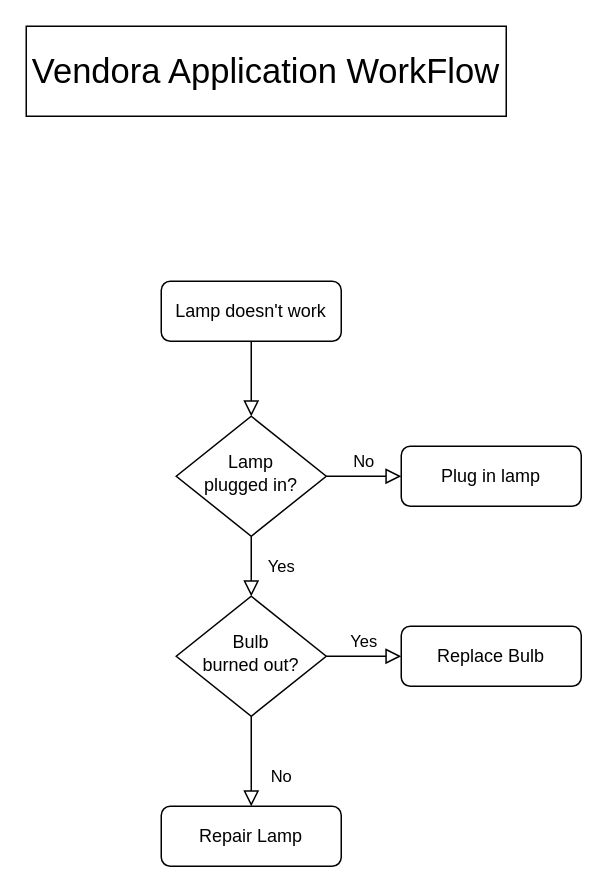
Above: Untitled Diagram.drawio in shivamshinde6164/Vendora (draw.io), before the change. Source tidied: cells renumbered, new cells numbered last; positions are measured from the earlier drawing's top-left corner, leaving out a move shared by most shapes. Both pictures are drawn from the tidied source at 150%, with x=0, y=0 at pixel (26, 26).
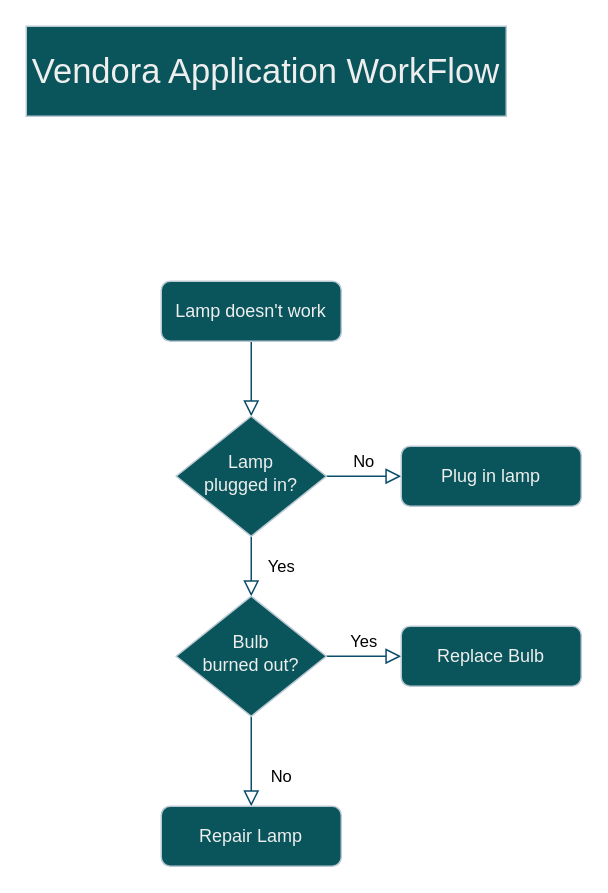
The same page after the edit.

The edit, as a diff of the source:
```diff
@@
 <mxGraphModel>
   <root>
     <mxCell id="0" />
     <mxCell id="1" parent="0" />
-    <mxCell id="2" style="rounded=0;html=1;jettySize=auto;fontSize=11;endArrow=block;endFill=0;endSize=8;strokeWidth=1;shadow=0;labelBackgroundColor=none;edgeStyle=orthogonalEdgeStyle;" parent="1" edge="1" source="3" target="6">
+    <mxCell id="2" style="rounded=0;html=1;jettySize=auto;fontSize=11;endArrow=block;endFill=0;endSize=8;strokeWidth=1;shadow=0;labelBackgroundColor=none;edgeStyle=orthogonalEdgeStyle;fontColor=default;strokeColor=#0B4D6A;" parent="1" edge="1" source="3" target="6">
       <mxGeometry relative="1" as="geometry" />
     </mxCell>
-    <mxCell id="3" value="Lamp doesn't work" style="rounded=1;whiteSpace=wrap;html=1;fontSize=12;glass=0;strokeWidth=1;shadow=0;" parent="1" vertex="1">
+    <mxCell id="3" value="Lamp doesn't work" style="rounded=1;whiteSpace=wrap;html=1;fontSize=12;glass=0;strokeWidth=1;shadow=0;labelBackgroundColor=none;fillColor=#09555B;strokeColor=#BAC8D3;fontColor=#EEEEEE;" parent="1" vertex="1">
       <mxGeometry x="90" y="170" width="120" height="40" as="geometry" />
     </mxCell>
-    <mxCell id="4" value="Yes" style="rounded=0;html=1;jettySize=auto;fontSize=11;endArrow=block;endFill=0;endSize=8;strokeWidth=1;shadow=0;labelBackgroundColor=none;edgeStyle=orthogonalEdgeStyle;" parent="1" edge="1" source="6" target="10">
+    <mxCell id="4" value="Yes" style="rounded=0;html=1;jettySize=auto;fontSize=11;endArrow=block;endFill=0;endSize=8;strokeWidth=1;shadow=0;labelBackgroundColor=none;edgeStyle=orthogonalEdgeStyle;fontColor=default;strokeColor=#0B4D6A;" parent="1" edge="1" source="6" target="10">
       <mxGeometry y="20" relative="1" as="geometry" />
     </mxCell>
-    <mxCell id="5" value="No" style="edgeStyle=orthogonalEdgeStyle;rounded=0;html=1;jettySize=auto;fontSize=11;endArrow=block;endFill=0;endSize=8;strokeWidth=1;shadow=0;labelBackgroundColor=none;" parent="1" edge="1" source="6" target="7">
+    <mxCell id="5" value="No" style="edgeStyle=orthogonalEdgeStyle;rounded=0;html=1;jettySize=auto;fontSize=11;endArrow=block;endFill=0;endSize=8;strokeWidth=1;shadow=0;labelBackgroundColor=none;fontColor=default;strokeColor=#0B4D6A;" parent="1" edge="1" source="6" target="7">
       <mxGeometry y="10" relative="1" as="geometry" />
     </mxCell>
-    <mxCell id="6" value="Lamp&lt;br&gt;plugged in?" style="rhombus;whiteSpace=wrap;html=1;shadow=0;fontFamily=Helvetica;fontSize=12;align=center;strokeWidth=1;spacing=6;spacingTop=-4;" parent="1" vertex="1">
+    <mxCell id="6" value="Lamp&lt;br&gt;plugged in?" style="rhombus;whiteSpace=wrap;html=1;shadow=0;fontFamily=Helvetica;fontSize=12;align=center;strokeWidth=1;spacing=6;spacingTop=-4;labelBackgroundColor=none;fillColor=#09555B;strokeColor=#BAC8D3;fontColor=#EEEEEE;" parent="1" vertex="1">
       <mxGeometry x="100" y="260" width="100" height="80" as="geometry" />
     </mxCell>
-    <mxCell id="7" value="Plug in lamp" style="rounded=1;whiteSpace=wrap;html=1;fontSize=12;glass=0;strokeWidth=1;shadow=0;" parent="1" vertex="1">
+    <mxCell id="7" value="Plug in lamp" style="rounded=1;whiteSpace=wrap;html=1;fontSize=12;glass=0;strokeWidth=1;shadow=0;labelBackgroundColor=none;fillColor=#09555B;strokeColor=#BAC8D3;fontColor=#EEEEEE;" parent="1" vertex="1">
       <mxGeometry x="250" y="280" width="120" height="40" as="geometry" />
     </mxCell>
-    <mxCell id="8" value="No" style="rounded=0;html=1;jettySize=auto;fontSize=11;endArrow=block;endFill=0;endSize=8;strokeWidth=1;shadow=0;labelBackgroundColor=none;edgeStyle=orthogonalEdgeStyle;" parent="1" edge="1" source="10" target="11">
+    <mxCell id="8" value="No" style="rounded=0;html=1;jettySize=auto;fontSize=11;endArrow=block;endFill=0;endSize=8;strokeWidth=1;shadow=0;labelBackgroundColor=none;edgeStyle=orthogonalEdgeStyle;fontColor=default;strokeColor=#0B4D6A;" parent="1" edge="1" source="10" target="11">
       <mxGeometry x="0.33" y="20" relative="1" as="geometry" />
     </mxCell>
-    <mxCell id="9" value="Yes" style="edgeStyle=orthogonalEdgeStyle;rounded=0;html=1;jettySize=auto;fontSize=11;endArrow=block;endFill=0;endSize=8;strokeWidth=1;shadow=0;labelBackgroundColor=none;" parent="1" edge="1" source="10" target="12">
+    <mxCell id="9" value="Yes" style="edgeStyle=orthogonalEdgeStyle;rounded=0;html=1;jettySize=auto;fontSize=11;endArrow=block;endFill=0;endSize=8;strokeWidth=1;shadow=0;labelBackgroundColor=none;fontColor=default;strokeColor=#0B4D6A;" parent="1" edge="1" source="10" target="12">
       <mxGeometry y="10" relative="1" as="geometry" />
     </mxCell>
-    <mxCell id="10" value="Bulb&lt;br&gt;burned out?" style="rhombus;whiteSpace=wrap;html=1;shadow=0;fontFamily=Helvetica;fontSize=12;align=center;strokeWidth=1;spacing=6;spacingTop=-4;" parent="1" vertex="1">
+    <mxCell id="10" value="Bulb&lt;br&gt;burned out?" style="rhombus;whiteSpace=wrap;html=1;shadow=0;fontFamily=Helvetica;fontSize=12;align=center;strokeWidth=1;spacing=6;spacingTop=-4;labelBackgroundColor=none;fillColor=#09555B;strokeColor=#BAC8D3;fontColor=#EEEEEE;" parent="1" vertex="1">
       <mxGeometry x="100" y="380" width="100" height="80" as="geometry" />
     </mxCell>
-    <mxCell id="11" value="Repair Lamp" style="rounded=1;whiteSpace=wrap;html=1;fontSize=12;glass=0;strokeWidth=1;shadow=0;" parent="1" vertex="1">
+    <mxCell id="11" value="Repair Lamp" style="rounded=1;whiteSpace=wrap;html=1;fontSize=12;glass=0;strokeWidth=1;shadow=0;labelBackgroundColor=none;fillColor=#09555B;strokeColor=#BAC8D3;fontColor=#EEEEEE;" parent="1" vertex="1">
       <mxGeometry x="90" y="520" width="120" height="40" as="geometry" />
     </mxCell>
-    <mxCell id="12" value="Replace Bulb" style="rounded=1;whiteSpace=wrap;html=1;fontSize=12;glass=0;strokeWidth=1;shadow=0;" parent="1" vertex="1">
+    <mxCell id="12" value="Replace Bulb" style="rounded=1;whiteSpace=wrap;html=1;fontSize=12;glass=0;strokeWidth=1;shadow=0;labelBackgroundColor=none;fillColor=#09555B;strokeColor=#BAC8D3;fontColor=#EEEEEE;" parent="1" vertex="1">
       <mxGeometry x="250" y="400" width="120" height="40" as="geometry" />
     </mxCell>
-    <mxCell id="13" value="&lt;font style=&quot;font-size: 23px;&quot;&gt;Vendora Application WorkFlow&lt;/font&gt;" style="rounded=0;whiteSpace=wrap;html=1;" parent="1" vertex="1">
+    <mxCell id="13" value="&lt;font style=&quot;font-size: 23px;&quot;&gt;Vendora Application WorkFlow&lt;/font&gt;" style="rounded=0;whiteSpace=wrap;html=1;labelBackgroundColor=none;fillColor=#09555B;strokeColor=#BAC8D3;fontColor=#EEEEEE;" parent="1" vertex="1">
       <mxGeometry width="320" height="60" as="geometry" />
     </mxCell>
   </root>
 </mxGraphModel>
```
